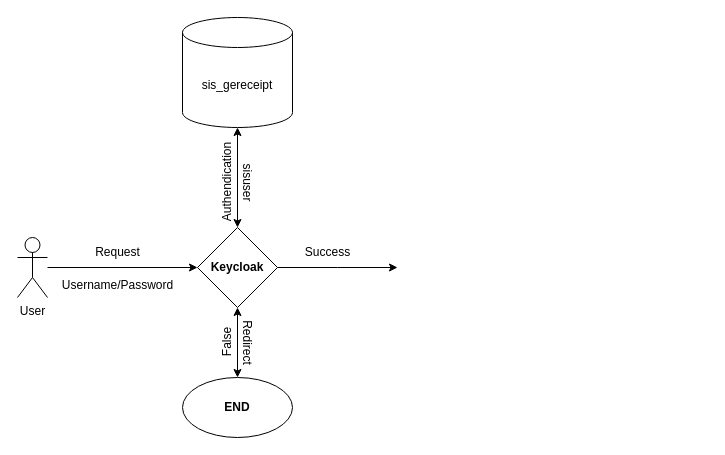
Before: page "Page-2" (2 of 2) of Untitled Diagram.drawio in nmtuong/DrawIO, a draw.io diagram. Source tidied: cells renumbered, new cells numbered last; positions are measured from the earlier drawing's top-left corner, leaving out a move shared by most shapes. Both pictures are drawn from the tidied source at 100%, with x=0, y=0 at pixel (17, 17).
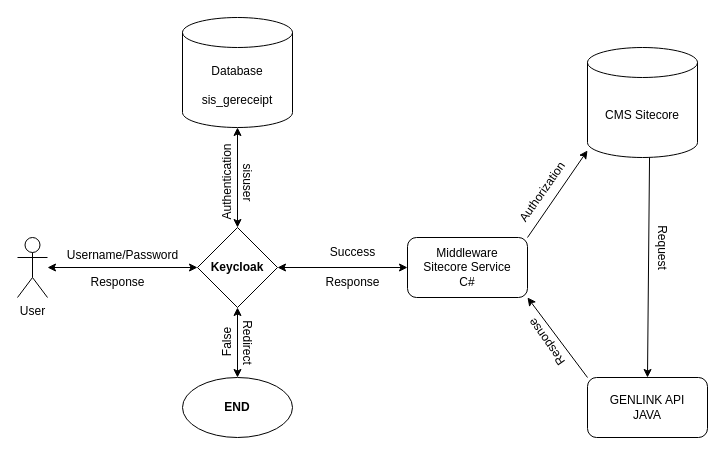
After the change.

Unchanged cells that the change refers to:
```xml
<mxCell id="2" value="User" style="shape=umlActor;verticalLabelPosition=bottom;verticalAlign=top;html=1;outlineConnect=0;" parent="1" vertex="1">
  <mxGeometry y="220" width="30" height="60" as="geometry" />
</mxCell>
<mxCell id="4" value="Keycloak" style="rhombus;whiteSpace=wrap;html=1;fontStyle=1;" parent="1" vertex="1">
  <mxGeometry x="180" y="210" width="80" height="80" as="geometry" />
</mxCell>
```

What changed in the source:
```diff
@@
-    <mxCell id="3" style="edgeStyle=orthogonalEdgeStyle;rounded=0;jettySize=auto;html=1;" parent="1" edge="1" source="4">
-      <mxGeometry relative="1" as="geometry">
-        <mxPoint x="380" y="250" as="targetPoint" />
-      </mxGeometry>
-    </mxCell>
@@
-    <mxCell id="5" style="endArrow=classic;html=1;rounded=0;entryX=0;entryY=0.5;entryDx=0;entryDy=0;" parent="1" edge="1" source="2" target="4">
-      <mxGeometry relative="1" as="geometry" />
-    </mxCell>
     <mxCell id="6" value="&lt;br&gt;Username/Password" style="text;html=1;align=center;verticalAlign=middle;strokeColor=none;fillColor=none;" parent="1" vertex="1">
-      <mxGeometry x="35" y="240" width="130" height="40" as="geometry" />
+      <mxGeometry x="40" y="210" width="130" height="40" as="geometry" />
     </mxCell>
-    <mxCell id="7" value="Request" style="text;html=1;align=center;verticalAlign=middle;strokeColor=none;fillColor=none;" parent="1" vertex="1">
-      <mxGeometry x="65" y="220" width="70" height="30" as="geometry" />
-    </mxCell>
     <mxCell id="8" value="Success" style="text;html=1;align=center;verticalAlign=middle;strokeColor=none;fillColor=none;" parent="1" vertex="1">
-      <mxGeometry x="275" y="220" width="70" height="30" as="geometry" />
+      <mxGeometry x="300" y="220" width="70" height="30" as="geometry" />
     </mxCell>
@@
-    <mxCell id="13" value="sis_gereceipt" style="shape=cylinder3;whiteSpace=wrap;html=1;boundedLbl=1;backgroundOutline=1;size=15;" parent="1" vertex="1">
+    <mxCell id="13" value="Database&lt;br&gt;&lt;br&gt;sis_gereceipt" style="shape=cylinder3;whiteSpace=wrap;html=1;boundedLbl=1;backgroundOutline=1;size=15;" parent="1" vertex="1">
       <mxGeometry x="165" width="110" height="110" as="geometry" />
     </mxCell>
-    <mxCell id="14" value="Authendication" style="text;html=1;align=center;verticalAlign=middle;strokeColor=none;fillColor=none;rotation=270;" parent="1" vertex="1">
+    <mxCell id="14" value="Authentication" style="text;html=1;align=center;verticalAlign=middle;strokeColor=none;fillColor=none;rotation=270;" parent="1" vertex="1">
       <mxGeometry x="160" y="150" width="100" height="30" as="geometry" />
     </mxCell>
@@
+    <mxCell id="17" style="endArrow=classic;startArrow=classic;html=1;rounded=0;exitX=1;exitY=0.5;exitDx=0;exitDy=0;entryX=0;entryY=0.5;entryDx=0;entryDy=0;" parent="1" edge="1" source="4" target="21">
+      <mxGeometry relative="1" as="geometry" />
+    </mxCell>
+    <mxCell id="18" style="endArrow=classic;startArrow=classic;html=1;rounded=0;entryX=0;entryY=0.5;entryDx=0;entryDy=0;" parent="1" edge="1" target="4">
+      <mxGeometry relative="1" as="geometry">
+        <mxPoint x="30" y="250" as="sourcePoint" />
+        <Array as="points">
+          <mxPoint x="30" y="250" />
+        </Array>
+      </mxGeometry>
+    </mxCell>
+    <mxCell id="19" value="Response" style="text;html=1;align=center;verticalAlign=middle;strokeColor=none;fillColor=none;" parent="1" vertex="1">
+      <mxGeometry x="295" y="250" width="80" height="30" as="geometry" />
+    </mxCell>
+    <mxCell id="20" value="Response" style="text;html=1;align=center;verticalAlign=middle;strokeColor=none;fillColor=none;" parent="1" vertex="1">
+      <mxGeometry x="60" y="250" width="80" height="30" as="geometry" />
+    </mxCell>
+    <mxCell id="21" value="Middleware&lt;br&gt;Sitecore Service&lt;br&gt;C#" style="rounded=1;whiteSpace=wrap;html=1;" parent="1" vertex="1">
+      <mxGeometry x="390" y="220" width="120" height="60" as="geometry" />
+    </mxCell>
+    <mxCell id="22" value="CMS Sitecore" style="shape=cylinder3;whiteSpace=wrap;html=1;boundedLbl=1;backgroundOutline=1;size=15;" parent="1" vertex="1">
+      <mxGeometry x="570" y="30" width="110" height="110" as="geometry" />
+    </mxCell>
+    <mxCell id="23" value="Authorization" style="text;html=1;align=center;verticalAlign=middle;strokeColor=none;fillColor=none;rotation=-55;" parent="1" vertex="1">
+      <mxGeometry x="480" y="160" width="90" height="30" as="geometry" />
+    </mxCell>
+    <mxCell id="24" value="GENLINK API&lt;br&gt;JAVA" style="rounded=1;whiteSpace=wrap;html=1;" parent="1" vertex="1">
+      <mxGeometry x="570" y="360" width="120" height="60" as="geometry" />
+    </mxCell>
+    <mxCell id="25" style="endArrow=classic;html=1;rounded=0;entryX=0;entryY=0.936;entryDx=0;entryDy=0;entryPerimeter=0;exitX=1;exitY=0;exitDx=0;exitDy=0;" parent="1" edge="1" source="21" target="22">
+      <mxGeometry relative="1" as="geometry" />
+    </mxCell>
+    <mxCell id="26" style="endArrow=classic;html=1;rounded=0;entryX=0.5;entryY=0;entryDx=0;entryDy=0;exitX=0.564;exitY=1;exitDx=0;exitDy=0;exitPerimeter=0;" parent="1" edge="1" source="22" target="24">
+      <mxGeometry relative="1" as="geometry" />
+    </mxCell>
+    <mxCell id="27" style="endArrow=classic;html=1;rounded=0;exitX=0;exitY=0;exitDx=0;exitDy=0;entryX=1;entryY=1;entryDx=0;entryDy=0;" parent="1" edge="1" source="24" target="21">
+      <mxGeometry relative="1" as="geometry" />
+    </mxCell>
+    <mxCell id="28" value="Response" style="text;html=1;align=center;verticalAlign=middle;strokeColor=none;fillColor=none;rotation=-125;" parent="1" vertex="1">
+      <mxGeometry x="490" y="310" width="80" height="30" as="geometry" />
+    </mxCell>
+    <mxCell id="7" value="Request" style="text;html=1;align=center;verticalAlign=middle;strokeColor=none;fillColor=none;rotation=90;" parent="1" vertex="1">
+      <mxGeometry x="610" y="215" width="70" height="30" as="geometry" />
+    </mxCell>
```
